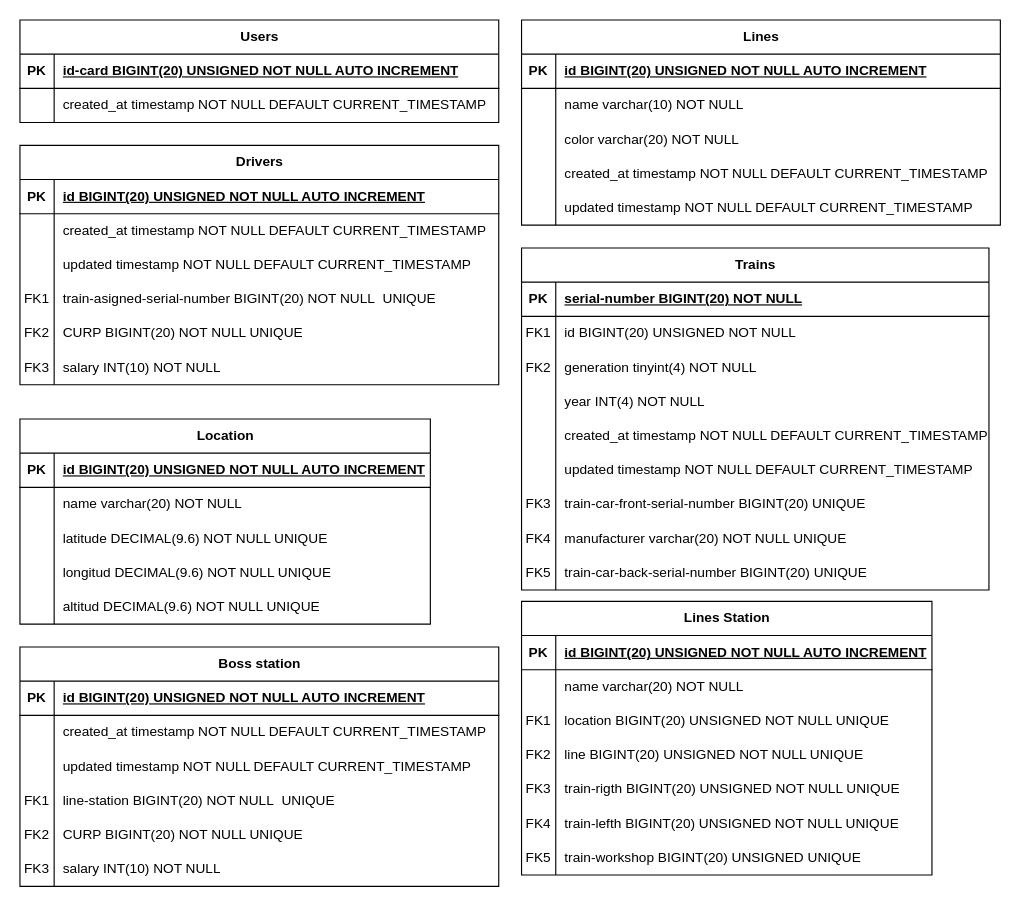
The draw.io diagram Diagram-CDMX-EntityRelation.drawio in Dani-Ideas/MiniPractice-MariaDB, before the edit. Source tidied: cells renumbered, new cells numbered last; positions are measured from the earlier drawing's top-left corner, leaving out a move shared by most shapes. Both pictures are drawn from the tidied source at 114%, with x=0, y=0 at pixel (19, 19).
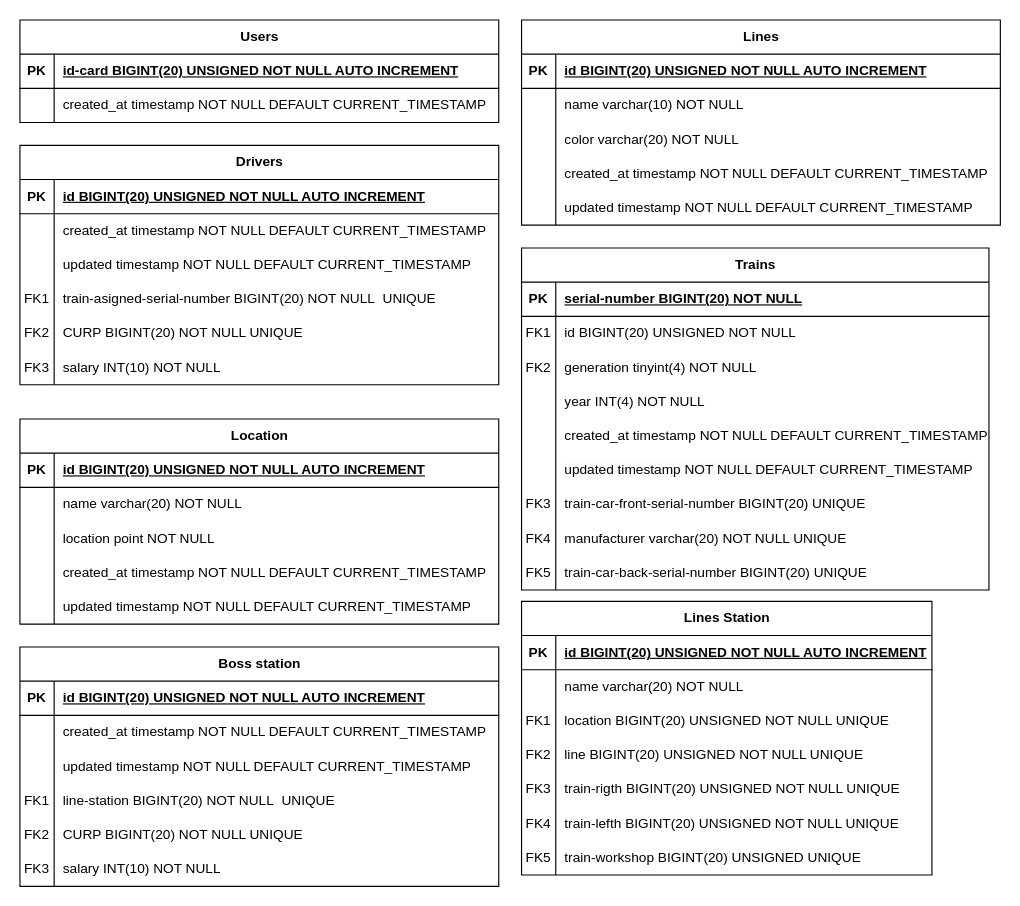
Above is the later version.

Change to the diagram source:
```diff
@@
     <mxCell id="72" value="Location" style="shape=table;startSize=30;childLayout=tableLayout;rowLines=0;fontStyle=1;align=center;html=1;" parent="1" vertex="1">
-      <mxGeometry y="350" width="360" height="180" as="geometry" />
+      <mxGeometry y="350" width="420" height="180" as="geometry" />
     </mxCell>
     <mxCell id="73" style="shape=tableRow;horizontal=0;startSize=0;swimlaneHead=0;swimlaneBody=0;fillColor=none;top=0;left=0;right=0;bottom=1;" parent="72" vertex="1">
-      <mxGeometry y="30" width="360" height="30" as="geometry" />
+      <mxGeometry y="30" width="420" height="30" as="geometry" />
     </mxCell>
@@
     <mxCell id="75" value="id BIGINT(20) UNSIGNED NOT NULL AUTO INCREMENT" style="shape=partialRectangle;fillColor=none;top=0;left=0;bottom=0;right=0;align=left;spacingLeft=6;fontStyle=5;overflow=hidden;whiteSpace=wrap;html=1;" parent="73" vertex="1">
-      <mxGeometry x="30" width="330" height="30" as="geometry" />
+      <mxGeometry x="30" width="390" height="30" as="geometry" />
     </mxCell>
     <mxCell id="76" style="shape=tableRow;horizontal=0;startSize=0;swimlaneHead=0;swimlaneBody=0;fillColor=none;top=0;left=0;right=0;bottom=0;" parent="72" vertex="1">
-      <mxGeometry y="60" width="360" height="30" as="geometry" />
+      <mxGeometry y="60" width="420" height="30" as="geometry" />
     </mxCell>
@@
     <mxCell id="78" value="name varchar(20) NOT NULL" style="shape=partialRectangle;fillColor=none;top=0;left=0;bottom=0;right=0;align=left;spacingLeft=6;overflow=hidden;whiteSpace=wrap;html=1;" parent="76" vertex="1">
-      <mxGeometry x="30" width="330" height="30" as="geometry" />
+      <mxGeometry x="30" width="390" height="30" as="geometry" />
     </mxCell>
-    <mxCell id="79" style="shape=tableRow;horizontal=0;startSize=0;swimlaneHead=0;swimlaneBody=0;fillColor=none;top=0;left=0;right=0;bottom=0;" parent="72" vertex="1">
-      <mxGeometry y="90" width="360" height="30" as="geometry" />
-    </mxCell>
-    <mxCell id="80" style="shape=partialRectangle;fillColor=none;top=0;left=0;bottom=0;right=0;overflow=hidden;whiteSpace=wrap;html=1;" parent="79" vertex="1">
-      <mxGeometry width="30" height="30" as="geometry" />
-    </mxCell>
-    <mxCell id="81" value="latitude DECIMAL(9.6) NOT NULL UNIQUE" style="shape=partialRectangle;fillColor=none;top=0;left=0;bottom=0;right=0;align=left;spacingLeft=6;overflow=hidden;whiteSpace=wrap;html=1;" parent="79" vertex="1">
-      <mxGeometry x="30" width="330" height="30" as="geometry" />
-    </mxCell>
-    <mxCell id="82" style="shape=tableRow;horizontal=0;startSize=0;swimlaneHead=0;swimlaneBody=0;fillColor=none;top=0;left=0;right=0;bottom=0;" parent="72" vertex="1">
-      <mxGeometry y="120" width="360" height="30" as="geometry" />
-    </mxCell>
-    <mxCell id="83" style="shape=partialRectangle;fillColor=none;top=0;left=0;bottom=0;right=0;overflow=hidden;whiteSpace=wrap;html=1;" parent="82" vertex="1">
-      <mxGeometry width="30" height="30" as="geometry" />
-    </mxCell>
-    <mxCell id="84" value="longitud DECIMAL(9.6) NOT NULL UNIQUE" style="shape=partialRectangle;fillColor=none;top=0;left=0;bottom=0;right=0;align=left;spacingLeft=6;overflow=hidden;whiteSpace=wrap;html=1;" parent="82" vertex="1">
-      <mxGeometry x="30" width="330" height="30" as="geometry" />
-    </mxCell>
     <mxCell id="85" style="shape=tableRow;horizontal=0;startSize=0;swimlaneHead=0;swimlaneBody=0;fillColor=none;top=0;left=0;right=0;bottom=0;" parent="72" vertex="1">
-      <mxGeometry y="150" width="360" height="30" as="geometry" />
+      <mxGeometry y="90" width="420" height="30" as="geometry" />
     </mxCell>
@@
-    <mxCell id="87" value="altitud DECIMAL(9.6) NOT NULL UNIQUE" style="shape=partialRectangle;fillColor=none;top=0;left=0;bottom=0;right=0;align=left;spacingLeft=6;overflow=hidden;whiteSpace=wrap;html=1;" parent="85" vertex="1">
-      <mxGeometry x="30" width="330" height="30" as="geometry" />
+    <mxCell id="87" value="location point NOT NULL" style="shape=partialRectangle;fillColor=none;top=0;left=0;bottom=0;right=0;align=left;spacingLeft=6;overflow=hidden;whiteSpace=wrap;html=1;" parent="85" vertex="1">
+      <mxGeometry x="30" width="390" height="30" as="geometry" />
     </mxCell>
+    <mxCell id="129" style="shape=tableRow;horizontal=0;startSize=0;swimlaneHead=0;swimlaneBody=0;fillColor=none;top=0;left=0;right=0;bottom=0;" parent="72" vertex="1">
+      <mxGeometry y="120" width="420" height="30" as="geometry" />
+    </mxCell>
+    <mxCell id="130" style="shape=partialRectangle;fillColor=none;top=0;left=0;bottom=0;right=0;overflow=hidden;whiteSpace=wrap;html=1;" parent="129" vertex="1">
+      <mxGeometry width="30" height="30" as="geometry" />
+    </mxCell>
+    <mxCell id="131" value="created_at timestamp NOT NULL DEFAULT CURRENT_TIMESTAMP" style="shape=partialRectangle;fillColor=none;top=0;left=0;bottom=0;right=0;align=left;spacingLeft=6;overflow=hidden;whiteSpace=wrap;html=1;" parent="129" vertex="1">
+      <mxGeometry x="30" width="390" height="30" as="geometry" />
+    </mxCell>
+    <mxCell id="132" style="shape=tableRow;horizontal=0;startSize=0;swimlaneHead=0;swimlaneBody=0;fillColor=none;top=0;left=0;right=0;bottom=0;" parent="72" vertex="1">
+      <mxGeometry y="150" width="420" height="30" as="geometry" />
+    </mxCell>
+    <mxCell id="133" style="shape=partialRectangle;fillColor=none;top=0;left=0;bottom=0;right=0;overflow=hidden;whiteSpace=wrap;html=1;" parent="132" vertex="1">
+      <mxGeometry width="30" height="30" as="geometry" />
+    </mxCell>
+    <mxCell id="134" value="updated timestamp NOT NULL DEFAULT CURRENT_TIMESTAMP" style="shape=partialRectangle;fillColor=none;top=0;left=0;bottom=0;right=0;align=left;spacingLeft=6;overflow=hidden;whiteSpace=wrap;html=1;" parent="132" vertex="1">
+      <mxGeometry x="30" width="390" height="30" as="geometry" />
+    </mxCell>
```
